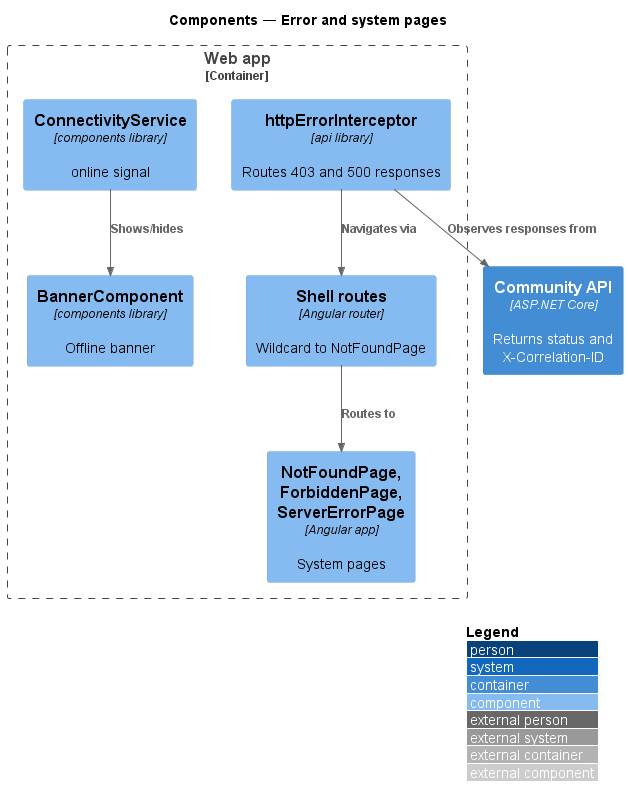
Earlier version of the PlantUML export docs/detailed-designs/platform/error-and-system-pages/diagrams/c4-component.png (QuinntyneBrown/faithtech-community). The source it was exported from:
```plantuml
@startuml
!include <C4/C4_Component>
LAYOUT_WITH_LEGEND()
title Components — Error and system pages
Container_Boundary(web, "Web app") {
  Component(router, "Shell routes", "Angular router", "Wildcard to NotFoundPage")
  Component(int, "httpErrorInterceptor", "api library", "Routes 403 and 500 responses")
  Component(pages, "NotFoundPage, ForbiddenPage, ServerErrorPage", "Angular app", "System pages")
  Component(conn, "ConnectivityService", "components library", "online signal")
  Component(banner, "BannerComponent", "components library", "Offline banner")
}
Container(api, "Community API", "ASP.NET Core", "Returns status and X-Correlation-ID")
Rel(router, pages, "Routes to")
Rel(int, api, "Observes responses from")
Rel(int, router, "Navigates via")
Rel(conn, banner, "Shows/hides")
@enduml
```
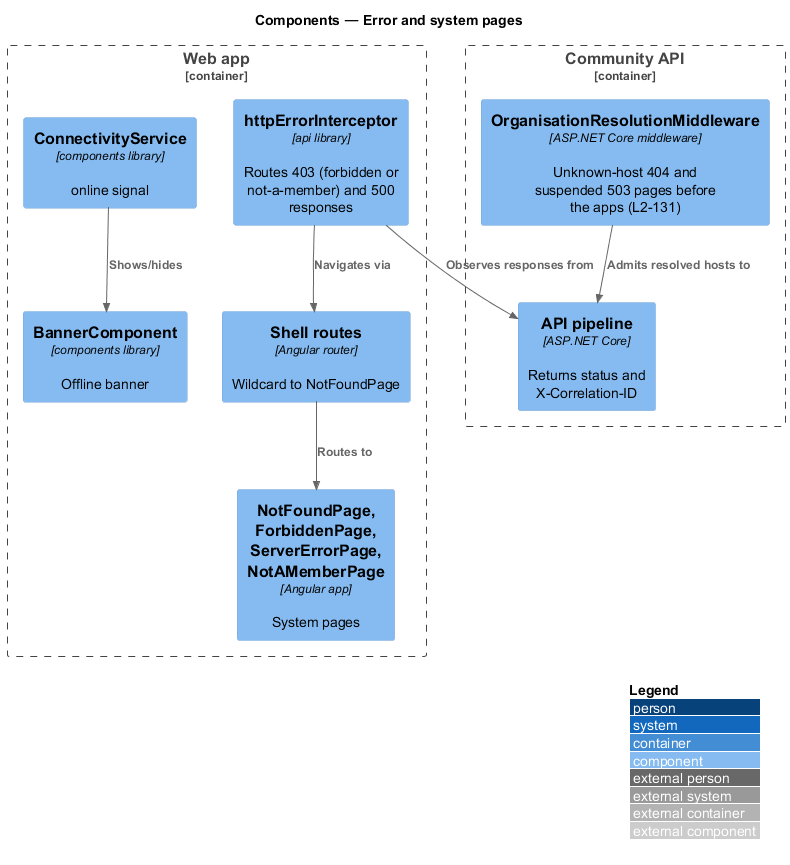
The same diagram one commit later.

What changed in the source:
```diff
@@ -4,14 +4,18 @@
 title Components — Error and system pages
 Container_Boundary(web, "Web app") {
   Component(router, "Shell routes", "Angular router", "Wildcard to NotFoundPage")
-  Component(int, "httpErrorInterceptor", "api library", "Routes 403 and 500 responses")
-  Component(pages, "NotFoundPage, ForbiddenPage, ServerErrorPage", "Angular app", "System pages")
+  Component(int, "httpErrorInterceptor", "api library", "Routes 403 (forbidden or not-a-member) and 500 responses")
+  Component(pages, "NotFoundPage, ForbiddenPage, ServerErrorPage, NotAMemberPage", "Angular app", "System pages")
   Component(conn, "ConnectivityService", "components library", "online signal")
   Component(banner, "BannerComponent", "components library", "Offline banner")
 }
-Container(api, "Community API", "ASP.NET Core", "Returns status and X-Correlation-ID")
+Container_Boundary(api, "Community API") {
+  Component(org, "OrganisationResolutionMiddleware", "ASP.NET Core middleware", "Unknown-host 404 and suspended 503 pages before the apps (L2-131)")
+  Component(pipe, "API pipeline", "ASP.NET Core", "Returns status and X-Correlation-ID")
+}
 Rel(router, pages, "Routes to")
-Rel(int, api, "Observes responses from")
+Rel(int, pipe, "Observes responses from")
 Rel(int, router, "Navigates via")
+Rel(org, pipe, "Admits resolved hosts to")
 Rel(conn, banner, "Shows/hides")
 @enduml
```
